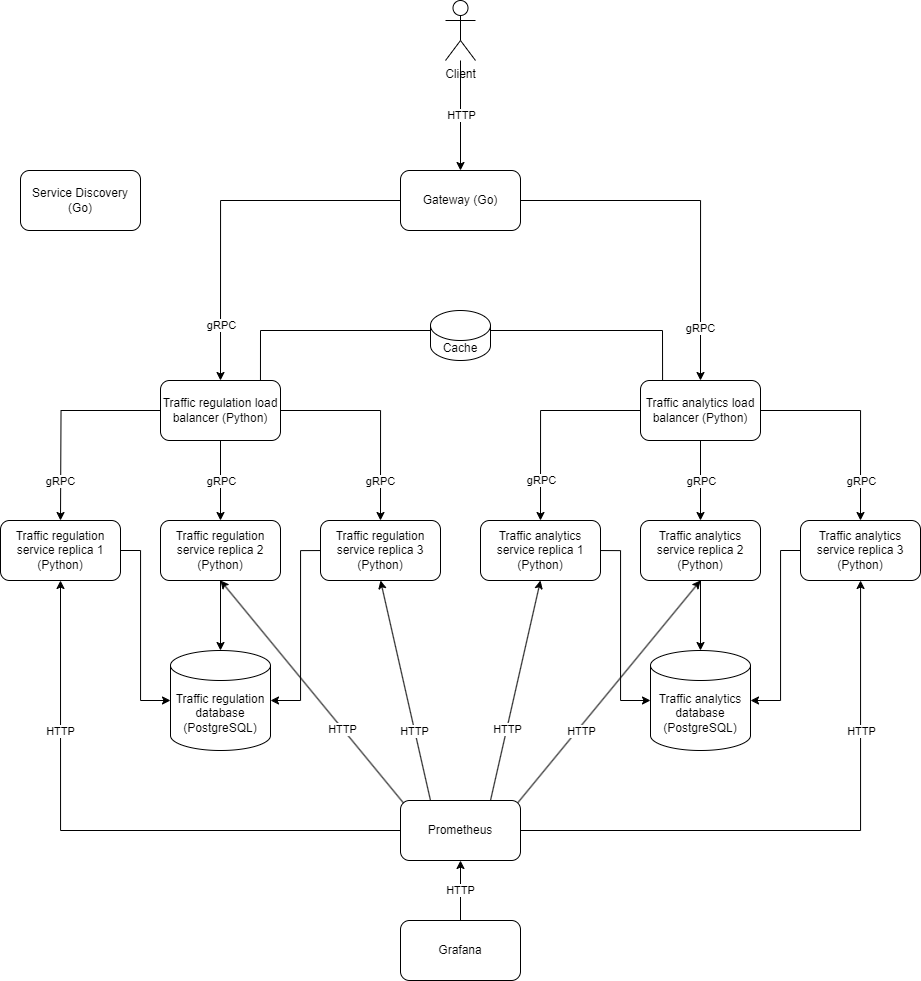
This is docs/system_architecture_diagram.png from eugencic/distributed-application-programming, a draw.io export, as it was before one commit. Source tidied: cells renumbered, new cells last; positions are measured from the earlier drawing's top-left corner, leaving out a move shared by most shapes.
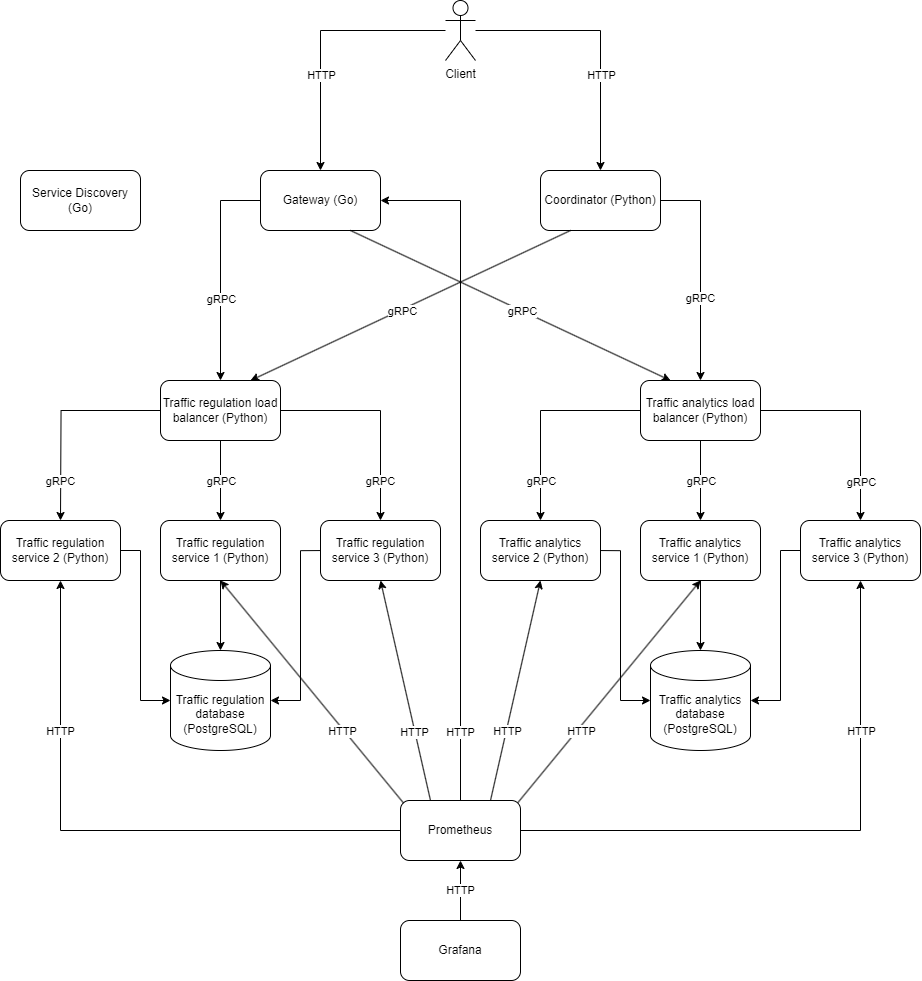
Later version of the same file.

Commit message:
edit diagram, fix a list of bugs

What changed in the source:
```diff
@@ -8,16 +8,16 @@
     <mxCell id="3" value="HTTP" style="edgeLabel;html=1;align=center;verticalAlign=middle;" parent="2" vertex="1">
       <mxGeometry x="0.49" y="1" relative="1" as="geometry" />
     </mxCell>
-    <mxCell id="4" value="Traffic regulation service replica 1 (Python)" style="rounded=1;whiteSpace=wrap;html=1;" parent="1" vertex="1">
+    <mxCell id="4" value="Traffic regulation service 2 (Python)" style="rounded=1;whiteSpace=wrap;html=1;" parent="1" vertex="1">
       <mxGeometry y="520" width="120" height="60" as="geometry" />
     </mxCell>
     <mxCell id="5" style="edgeStyle=orthogonalEdgeStyle;rounded=0;jettySize=auto;html=1;" parent="1" edge="1" source="6" target="8">
       <mxGeometry relative="1" as="geometry" />
     </mxCell>
-    <mxCell id="6" value="Traffic regulation service replica 2 (Python)" style="rounded=1;whiteSpace=wrap;html=1;" parent="1" vertex="1">
+    <mxCell id="6" value="Traffic regulation service 1 (Python)" style="rounded=1;whiteSpace=wrap;html=1;" parent="1" vertex="1">
       <mxGeometry x="160" y="520" width="120" height="60" as="geometry" />
     </mxCell>
-    <mxCell id="7" value="Traffic regulation service replica 3 (Python)" style="rounded=1;whiteSpace=wrap;html=1;" parent="1" vertex="1">
+    <mxCell id="7" value="Traffic regulation service 3 (Python)" style="rounded=1;whiteSpace=wrap;html=1;" parent="1" vertex="1">
       <mxGeometry x="320" y="520" width="120" height="60" as="geometry" />
     </mxCell>
     <mxCell id="8" value="Traffic regulation database (PostgreSQL)" style="shape=cylinder3;whiteSpace=wrap;html=1;boundedLbl=1;backgroundOutline=1;size=15;" parent="1" vertex="1">
@@ -41,13 +41,13 @@
         </Array>
       </mxGeometry>
     </mxCell>
-    <mxCell id="11" value="Traffic analytics service replica 1 (Python)" style="rounded=1;whiteSpace=wrap;html=1;" parent="1" vertex="1">
+    <mxCell id="11" value="Traffic analytics service 2 (Python)" style="rounded=1;whiteSpace=wrap;html=1;" parent="1" vertex="1">
       <mxGeometry x="480" y="520" width="120" height="60" as="geometry" />
     </mxCell>
     <mxCell id="12" style="edgeStyle=orthogonalEdgeStyle;rounded=0;jettySize=auto;html=1;" parent="1" edge="1" source="13" target="17">
       <mxGeometry relative="1" as="geometry" />
     </mxCell>
-    <mxCell id="13" value="Traffic analytics service replica 2 (Python)" style="rounded=1;whiteSpace=wrap;html=1;" parent="1" vertex="1">
+    <mxCell id="13" value="Traffic analytics service 1 (Python)" style="rounded=1;whiteSpace=wrap;html=1;" parent="1" vertex="1">
       <mxGeometry x="640" y="520" width="120" height="60" as="geometry" />
     </mxCell>
     <mxCell id="14" style="edgeStyle=orthogonalEdgeStyle;rounded=0;jettySize=auto;html=1;exitX=1;exitY=0.5;exitDx=0;exitDy=0;" parent="1" edge="1" source="46" target="16">
@@ -60,7 +60,7 @@
     <mxCell id="15" value="HTTP" style="edgeLabel;html=1;align=center;verticalAlign=middle;" parent="14" vertex="1">
       <mxGeometry x="0.49" relative="1" as="geometry" />
     </mxCell>
-    <mxCell id="16" value="Traffic analytics service replica 3 (Python)" style="rounded=1;whiteSpace=wrap;html=1;" parent="1" vertex="1">
+    <mxCell id="16" value="Traffic analytics service 3 (Python)" style="rounded=1;whiteSpace=wrap;html=1;" parent="1" vertex="1">
       <mxGeometry x="800" y="520" width="120" height="60" as="geometry" />
     </mxCell>
     <mxCell id="17" value="Traffic analytics database (PostgreSQL)" style="shape=cylinder3;whiteSpace=wrap;html=1;boundedLbl=1;backgroundOutline=1;size=15;" parent="1" vertex="1">
@@ -140,23 +140,31 @@
       <mxGeometry x="640" y="380" width="120" height="60" as="geometry" />
     </mxCell>
     <mxCell id="34" style="edgeStyle=orthogonalEdgeStyle;rounded=0;jettySize=auto;html=1;entryX=0.5;entryY=0;entryDx=0;entryDy=0;" parent="1" edge="1" source="38" target="26">
-      <mxGeometry relative="1" as="geometry" />
+      <mxGeometry relative="1" as="geometry">
+        <Array as="points">
+          <mxPoint x="220" y="200" />
+        </Array>
+      </mxGeometry>
     </mxCell>
     <mxCell id="35" value="gRPC" style="edgeLabel;html=1;align=center;verticalAlign=middle;" parent="34" vertex="1">
       <mxGeometry x="0.7" y="2" relative="1" as="geometry">
-        <mxPoint x="-2" as="offset" />
+        <mxPoint x="-2" y="-49" as="offset" />
       </mxGeometry>
     </mxCell>
-    <mxCell id="36" style="edgeStyle=orthogonalEdgeStyle;rounded=0;jettySize=auto;html=1;entryX=0.5;entryY=0;entryDx=0;entryDy=0;" parent="1" edge="1" source="38" target="33">
-      <mxGeometry relative="1" as="geometry" />
+    <mxCell id="36" style="edgeStyle=orthogonalEdgeStyle;rounded=0;jettySize=auto;html=1;entryX=0.5;entryY=0;entryDx=0;entryDy=0;" parent="1" edge="1" source="62" target="33">
+      <mxGeometry relative="1" as="geometry">
+        <Array as="points">
+          <mxPoint x="700" y="200" />
+        </Array>
+      </mxGeometry>
     </mxCell>
     <mxCell id="37" value="gRPC" style="edgeLabel;html=1;align=center;verticalAlign=middle;" parent="36" vertex="1">
       <mxGeometry x="0.72" y="-1" relative="1" as="geometry">
-        <mxPoint y="-2" as="offset" />
+        <mxPoint y="-52" as="offset" />
       </mxGeometry>
     </mxCell>
     <mxCell id="38" value="Gateway (Go)" style="rounded=1;whiteSpace=wrap;html=1;" parent="1" vertex="1">
-      <mxGeometry x="400" y="170" width="120" height="60" as="geometry" />
+      <mxGeometry x="260" y="170" width="120" height="60" as="geometry" />
     </mxCell>
     <mxCell id="39" value="Service Discovery (Go)" style="rounded=1;whiteSpace=wrap;html=1;" parent="1" vertex="1">
       <mxGeometry x="20" y="170" width="120" height="60" as="geometry" />
@@ -166,30 +174,30 @@
     </mxCell>
     <mxCell id="41" value="HTTP" style="edgeLabel;html=1;align=center;verticalAlign=middle;" parent="40" vertex="1">
       <mxGeometry x="0.25" relative="1" as="geometry">
-        <mxPoint y="-15" as="offset" />
+        <mxPoint y="4" as="offset" />
       </mxGeometry>
     </mxCell>
+    <mxCell id="58" style="edgeStyle=orthogonalEdgeStyle;rounded=0;jettySize=auto;html=1;entryX=0.5;entryY=0;entryDx=0;entryDy=0;" parent="1" edge="1" source="42" target="62">
+      <mxGeometry relative="1" as="geometry" />
+    </mxCell>
+    <mxCell id="59" value="HTTP" style="edgeLabel;html=1;align=center;verticalAlign=middle;" parent="58" vertex="1">
+      <mxGeometry x="0.27" relative="1" as="geometry" />
+    </mxCell>
     <mxCell id="42" value="Client" style="shape=umlActor;verticalLabelPosition=bottom;verticalAlign=top;html=1;outlineConnect=0;" parent="1" vertex="1">
       <mxGeometry x="445" width="30" height="60" as="geometry" />
     </mxCell>
-    <mxCell id="43" value="Cache" style="shape=cylinder3;whiteSpace=wrap;html=1;boundedLbl=1;backgroundOutline=1;size=15;" parent="1" vertex="1">
-      <mxGeometry x="430" y="310" width="60" height="50" as="geometry" />
-    </mxCell>
-    <mxCell id="44" style="endArrow=none;html=1;rounded=0;entryX=0.184;entryY=-0.002;entryDx=0;entryDy=0;entryPerimeter=0;" parent="1" edge="1" target="33">
-      <mxGeometry relative="1" as="geometry">
-        <mxPoint x="490" y="330" as="sourcePoint" />
-        <Array as="points">
-          <mxPoint x="662" y="330" />
-        </Array>
-      </mxGeometry>
-    </mxCell>
-    <mxCell id="45" style="endArrow=none;html=1;rounded=0;exitX=0.833;exitY=0;exitDx=0;exitDy=0;exitPerimeter=0;entryX=0;entryY=0;entryDx=0;entryDy=20;entryPerimeter=0;" parent="1" edge="1" source="26" target="43">
-      <mxGeometry relative="1" as="geometry">
-        <Array as="points">
-          <mxPoint x="260" y="330" />
-        </Array>
-      </mxGeometry>
-    </mxCell>
+    <mxCell id="60" style="edgeStyle=orthogonalEdgeStyle;rounded=0;jettySize=auto;html=1;entryX=1;entryY=0.5;entryDx=0;entryDy=0;" parent="1" edge="1" source="46" target="38">
+      <mxGeometry relative="1" as="geometry">
+        <Array as="points">
+          <mxPoint x="460" y="200" />
+        </Array>
+      </mxGeometry>
+    </mxCell>
+    <mxCell id="61" value="HTTP" style="edgeLabel;html=1;align=center;verticalAlign=middle;" parent="60" vertex="1">
+      <mxGeometry x="-0.8" y="1" relative="1" as="geometry">
+        <mxPoint y="-2" as="offset" />
+      </mxGeometry>
+    </mxCell>
     <mxCell id="46" value="Prometheus" style="rounded=1;whiteSpace=wrap;html=1;" parent="1" vertex="1">
       <mxGeometry x="400" y="800" width="120" height="60" as="geometry" />
     </mxCell>
@@ -205,13 +213,17 @@
       <mxGeometry relative="1" as="geometry" />
     </mxCell>
     <mxCell id="50" value="HTTP" style="edgeLabel;html=1;align=center;verticalAlign=middle;" parent="49" vertex="1">
-      <mxGeometry x="-0.33" y="1" relative="1" as="geometry" />
+      <mxGeometry x="-0.33" y="1" relative="1" as="geometry">
+        <mxPoint y="1" as="offset" />
+      </mxGeometry>
     </mxCell>
     <mxCell id="51" style="endArrow=classic;html=1;rounded=0;exitX=0.75;exitY=0;exitDx=0;exitDy=0;entryX=0.5;entryY=1;entryDx=0;entryDy=0;" parent="1" edge="1" source="46" target="11">
       <mxGeometry relative="1" as="geometry" />
     </mxCell>
     <mxCell id="52" value="HTTP" style="edgeLabel;html=1;align=center;verticalAlign=middle;" parent="51" vertex="1">
-      <mxGeometry x="-0.36" relative="1" as="geometry" />
+      <mxGeometry x="-0.36" relative="1" as="geometry">
+        <mxPoint y="1" as="offset" />
+      </mxGeometry>
     </mxCell>
     <mxCell id="53" style="endArrow=classic;html=1;rounded=0;exitX=0.978;exitY=0.036;exitDx=0;exitDy=0;entryX=0.5;entryY=1;entryDx=0;entryDy=0;exitPerimeter=0;" parent="1" edge="1" source="46" target="13">
       <mxGeometry relative="1" as="geometry" />
@@ -228,5 +240,24 @@
     <mxCell id="57" value="HTTP" style="edgeLabel;html=1;align=center;verticalAlign=middle;" parent="1" vertex="1">
       <mxGeometry x="580" y="730" as="geometry" />
     </mxCell>
+    <mxCell id="62" value="Coordinator (Python)" style="rounded=1;whiteSpace=wrap;html=1;" parent="1" vertex="1">
+      <mxGeometry x="540" y="170" width="120" height="60" as="geometry" />
+    </mxCell>
+    <mxCell id="63" style="endArrow=classic;html=1;rounded=0;exitX=0.75;exitY=1;exitDx=0;exitDy=0;entryX=0.25;entryY=0;entryDx=0;entryDy=0;" parent="1" edge="1" source="38" target="33">
+      <mxGeometry relative="1" as="geometry" />
+    </mxCell>
+    <mxCell id="64" value="gRPC" style="edgeLabel;html=1;align=center;verticalAlign=middle;" parent="63" vertex="1">
+      <mxGeometry x="0.03" y="-1" relative="1" as="geometry">
+        <mxPoint x="7" y="2" as="offset" />
+      </mxGeometry>
+    </mxCell>
+    <mxCell id="65" style="endArrow=classic;html=1;rounded=0;exitX=0.25;exitY=1;exitDx=0;exitDy=0;entryX=0.75;entryY=0;entryDx=0;entryDy=0;" parent="1" edge="1" source="62" target="26">
+      <mxGeometry relative="1" as="geometry" />
+    </mxCell>
+    <mxCell id="66" value="gRPC" style="edgeLabel;html=1;align=center;verticalAlign=middle;" parent="65" vertex="1">
+      <mxGeometry x="-0.02" y="-2" relative="1" as="geometry">
+        <mxPoint x="-12" y="9" as="offset" />
+      </mxGeometry>
+    </mxCell>
   </root>
 </mxGraphModel>
```
